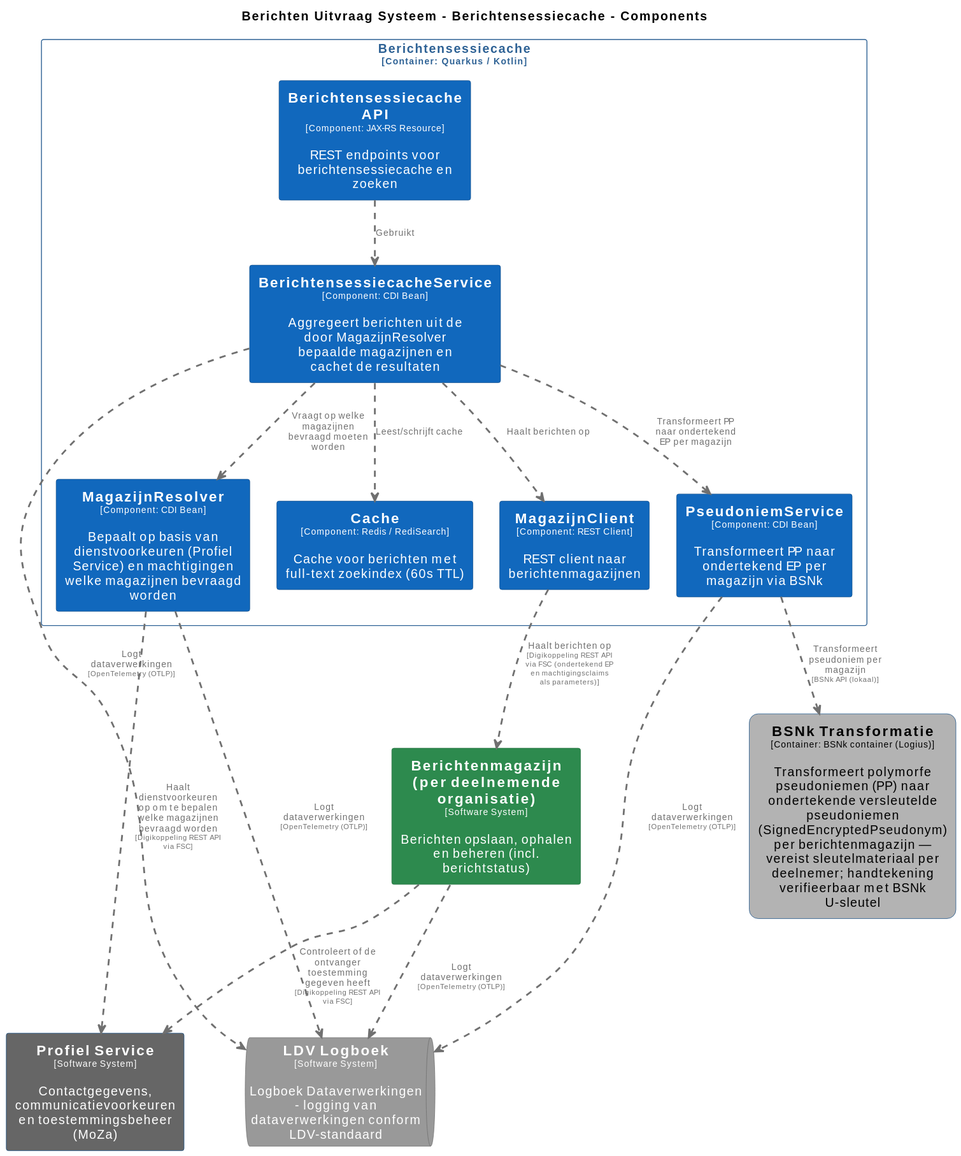
This is pr-preview/pr-22/master/svg/BerichtensessiecacheComponenten.svg from MinBZK/moza-poc-fbs-berichtenbox, a PlantUML export, as it was before one commit. Its source is kept beside it as pr-preview/pr-22/master/puml/BerichtensessiecacheComponenten.puml.
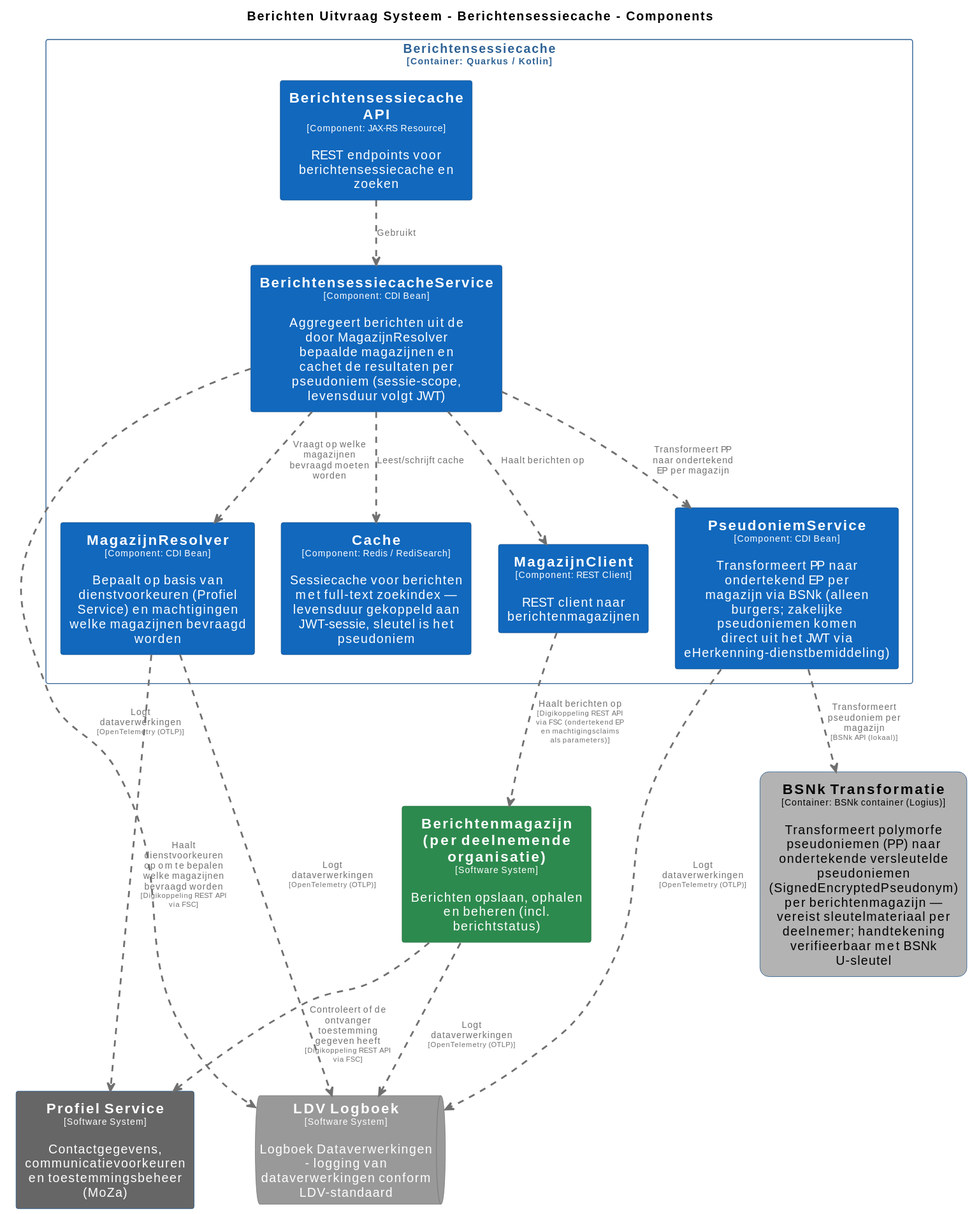
After the change.

The edit, as a diff of the source:
```diff
@@ -90,9 +90,9 @@
 rectangle "Berichtensessiecache\n<size:10>[Container: Quarkus / Kotlin]</size>" <<BerichtenUitvraagSysteem.Berichtensessiecache>> {
   rectangle "==Berichtensessiecache API\n<size:10>[Component: JAX-RS Resource]</size>\n\nREST endpoints voor berichtensessiecache en zoeken" <<BerichtenUitvraagSysteem.Berichtensessiecache.BerichtensessiecacheAPI>> as BerichtenUitvraagSysteem.Berichtensessiecache.BerichtensessiecacheAPI
   rectangle "==MagazijnResolver\n<size:10>[Component: CDI Bean]</size>\n\nBepaalt op basis van dienstvoorkeuren (Profiel Service) en machtigingen welke magazijnen bevraagd worden" <<BerichtenUitvraagSysteem.Berichtensessiecache.MagazijnResolver>> as BerichtenUitvraagSysteem.Berichtensessiecache.MagazijnResolver
-  rectangle "==PseudoniemService\n<size:10>[Component: CDI Bean]</size>\n\nTransformeert PP naar ondertekend EP per magazijn via BSNk" <<BerichtenUitvraagSysteem.Berichtensessiecache.PseudoniemService>> as BerichtenUitvraagSysteem.Berichtensessiecache.PseudoniemService
-  rectangle "==BerichtensessiecacheService\n<size:10>[Component: CDI Bean]</size>\n\nAggregeert berichten uit de door MagazijnResolver bepaalde magazijnen en cachet de resultaten" <<BerichtenUitvraagSysteem.Berichtensessiecache.BerichtensessiecacheService>> as BerichtenUitvraagSysteem.Berichtensessiecache.BerichtensessiecacheService
-  rectangle "==Cache\n<size:10>[Component: Redis / RediSearch]</size>\n\nCache voor berichten met full-text zoekindex (60s TTL)" <<BerichtenUitvraagSysteem.Berichtensessiecache.Cache>> as BerichtenUitvraagSysteem.Berichtensessiecache.Cache
+  rectangle "==PseudoniemService\n<size:10>[Component: CDI Bean]</size>\n\nTransformeert PP naar ondertekend EP per magazijn via BSNk (alleen burgers; zakelijke pseudoniemen komen direct uit het JWT via eHerkenning-dienstbemiddeling)" <<BerichtenUitvraagSysteem.Berichtensessiecache.PseudoniemService>> as BerichtenUitvraagSysteem.Berichtensessiecache.PseudoniemService
+  rectangle "==BerichtensessiecacheService\n<size:10>[Component: CDI Bean]</size>\n\nAggregeert berichten uit de door MagazijnResolver bepaalde magazijnen en cachet de resultaten per pseudoniem (sessie-scope, levensduur volgt JWT)" <<BerichtenUitvraagSysteem.Berichtensessiecache.BerichtensessiecacheService>> as BerichtenUitvraagSysteem.Berichtensessiecache.BerichtensessiecacheService
+  rectangle "==Cache\n<size:10>[Component: Redis / RediSearch]</size>\n\nSessiecache voor berichten met full-text zoekindex — levensduur gekoppeld aan JWT-sessie, sleutel is het pseudoniem" <<BerichtenUitvraagSysteem.Berichtensessiecache.Cache>> as BerichtenUitvraagSysteem.Berichtensessiecache.Cache
   rectangle "==MagazijnClient\n<size:10>[Component: REST Client]</size>\n\nREST client naar berichtenmagazijnen" <<BerichtenUitvraagSysteem.Berichtensessiecache.MagazijnClient>> as BerichtenUitvraagSysteem.Berichtensessiecache.MagazijnClient
 }
 
```
